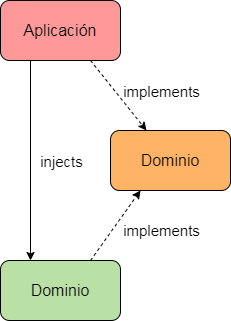
Before: imgs/comunicacion.png, a diagram exported from draw.io (NazarioLuis/js-clean-architecture). Source tidied: cells renumbered, new cells last; positions are measured from the earlier drawing's top-left corner, leaving out a move shared by most shapes.
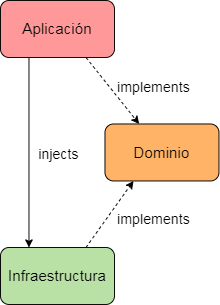
Above is the later version.

Commit message:
modify - imagen de capas

The edit, as a diff of the source:
```diff
@@ -27,7 +27,7 @@
         <mxPoint x="54" y="-6" as="offset" />
       </mxGeometry>
     </mxCell>
-    <mxCell id="9" value="&lt;font style=&quot;font-size: 16px&quot;&gt;Dominio&lt;/font&gt;" style="rounded=1;whiteSpace=wrap;html=1;fillColor=#B9E0A5;" parent="2" vertex="1">
+    <mxCell id="9" value="&lt;font style=&quot;font-size: 16px&quot;&gt;Infraestructura&lt;/font&gt;" style="rounded=1;whiteSpace=wrap;html=1;fillColor=#B9E0A5;" parent="2" vertex="1">
       <mxGeometry y="260" width="120" height="60" as="geometry" />
     </mxCell>
     <mxCell id="10" style="edgeStyle=none;rounded=0;jettySize=auto;html=1;exitX=0.25;exitY=1;exitDx=0;exitDy=0;entryX=0.25;entryY=0;entryDx=0;entryDy=0;strokeWidth=1;" parent="2" edge="1" source="3" target="9">
```
